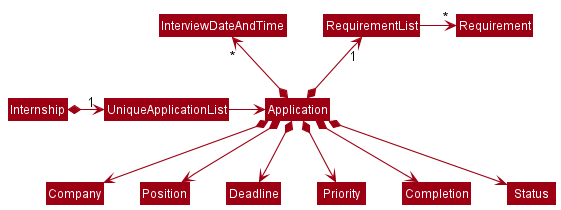
Before: docs/images/BetterModelClassDiagram.png, a diagram exported from PlantUML (tianyue58/tp).
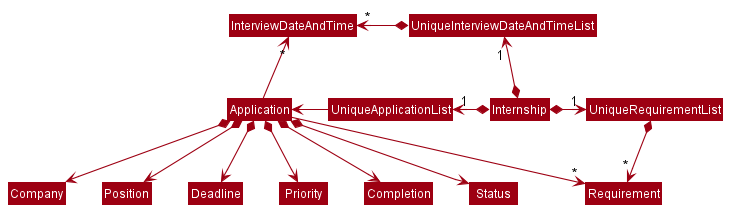
Above is the later version.

Commit message:
Fix issues in diagrams in DG

The edit, as a diff of the source:
```diff
@@ -4,14 +4,17 @@
 skinparam arrowColor MODEL_COLOR
 skinparam classBackgroundColor MODEL_COLOR
 
-Internship *-right-> "1" UniqueApplicationList
+Internship *--up> "1" UniqueInterviewDateAndTimeList
+Internship *--right> "1" UniqueRequirementList
+Internship *-left> "1" UniqueApplicationList
 
-UniqueApplicationList -right-> Application
+UniqueApplicationList -left-> Application
 
-Application *-up-> "1" RequirementList
-Application *-up-> "*" InterviewDateAndTime
+Application -up-> "*" InterviewDateAndTime
+Application -up-> "*" Requirement
 
-RequirementList -right-> "*" Requirement
+UniqueInterviewDateAndTimeList *-left-> "*" InterviewDateAndTime
+UniqueRequirementList *-right-> "*" Requirement
 
 Application *--> Company
 Application *--> Position
```
